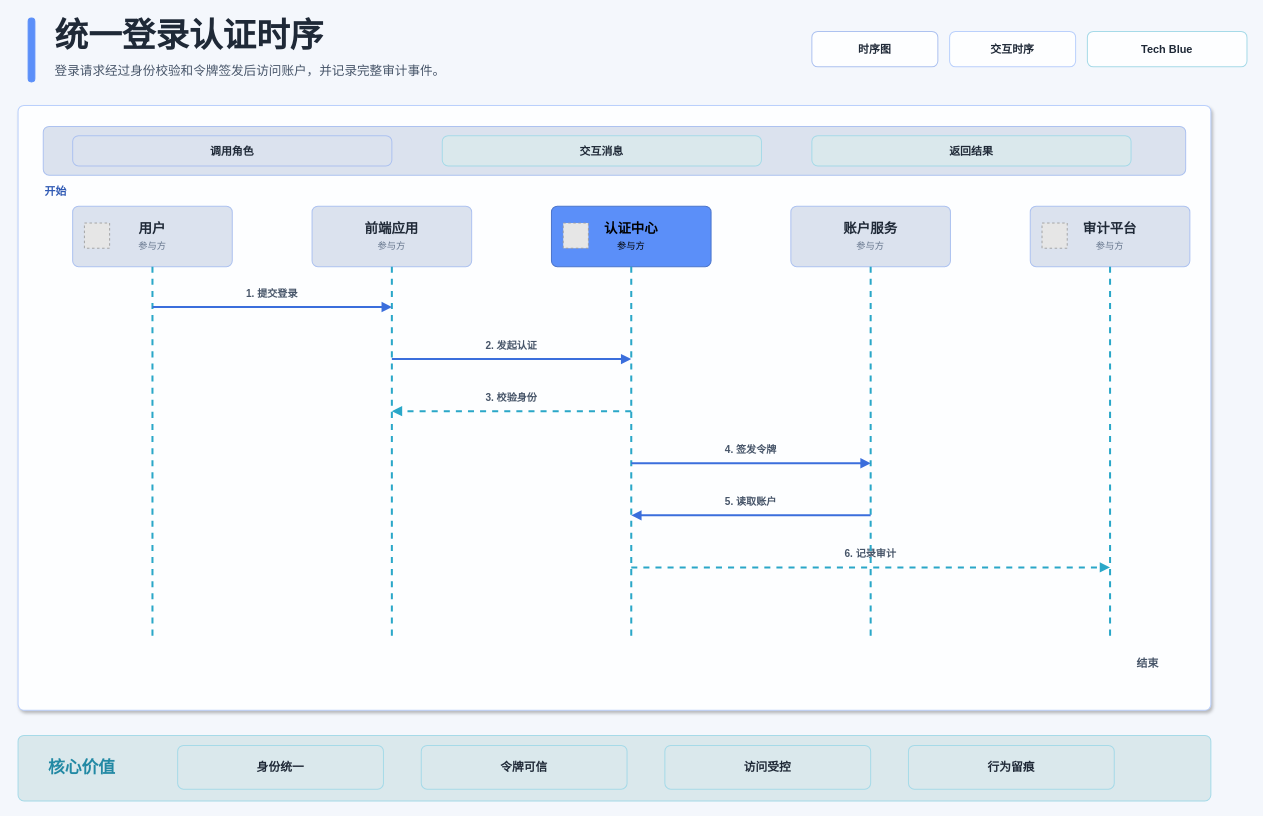
This is docs/xml-diagram/drawio/sequence-tech-blue-light-enterprise.drawio from BeWaterMyFriend7/SKILL-PROJECT, a draw.io file, before an edit. Source tidied: cells renumbered, new cells numbered last; positions are measured from the earlier drawing's top-left corner, leaving out a move shared by most shapes. Both pictures are drawn from the tidied source at 84%, with x=0, y=0 at pixel (18, 14). Pictures stored in the file or linked from it are replaced by grey dashed boxes.
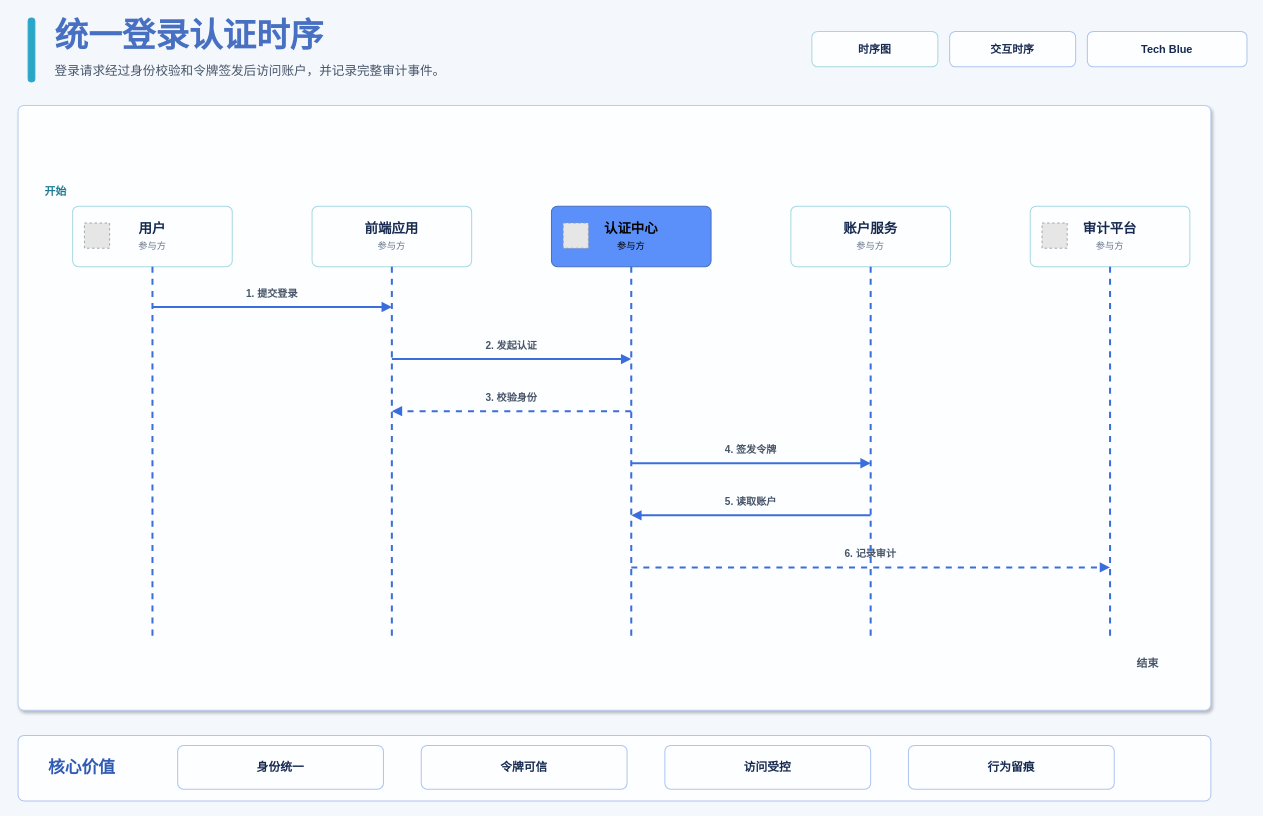
The same page after the edit.

The edit, as a diff of the source:
```diff
@@
-    <mxCell id="2" style="rounded=1;absoluteArcSize=1;arcSize=14;whiteSpace=wrap;html=1;fillColor=#5B8FF9;strokeColor=#5B8FF9;strokeWidth=1.2;fontColor=#000000;fontSize=12;fontFamily=Microsoft YaHei;align=center;verticalAlign=middle;" parent="1" vertex="1">
+    <mxCell id="2" style="rounded=1;absoluteArcSize=1;arcSize=14;whiteSpace=wrap;html=1;fillColor=#2AA7C8;strokeColor=#2AA7C8;strokeWidth=1.2;fontColor=#000000;fontSize=12;fontFamily=Microsoft YaHei;align=center;verticalAlign=middle;" parent="1" vertex="1">
       <mxGeometry x="12" y="4" width="8" height="76" as="geometry" />
     </mxCell>
-    <mxCell id="3" value="统一登录认证时序" style="rounded=1;absoluteArcSize=1;arcSize=14;whiteSpace=wrap;html=1;fillColor=none;strokeColor=none;strokeWidth=1.2;fontColor=#1F2937;fontSize=40;fontFamily=Microsoft YaHei;align=left;verticalAlign=middle;fontStyle=1;" parent="1" vertex="1">
+    <mxCell id="3" value="统一登录认证时序" style="rounded=1;absoluteArcSize=1;arcSize=14;whiteSpace=wrap;html=1;fillColor=none;strokeColor=none;strokeWidth=1.2;fontColor=#476FC2;fontSize=40;fontFamily=Microsoft YaHei;align=left;verticalAlign=middle;fontStyle=1;" parent="1" vertex="1">
       <mxGeometry x="42" width="760" height="48" as="geometry" />
     </mxCell>
@@
-    <mxCell id="5" value="时序图" style="rounded=1;absoluteArcSize=1;arcSize=14;whiteSpace=wrap;html=1;fillColor=#FDFEFF;strokeColor=#ADC2F0;strokeWidth=1.2;fontColor=#1F2937;fontSize=13;fontFamily=Microsoft YaHei;align=center;verticalAlign=middle;fontStyle=1;" parent="1" vertex="1">
+    <mxCell id="5" value="时序图" style="rounded=1;absoluteArcSize=1;arcSize=14;whiteSpace=wrap;html=1;fillColor=#FDFEFF;strokeColor=#A7D8E2;strokeWidth=1.2;fontColor=#162A50;fontSize=13;fontFamily=Microsoft YaHei;align=center;verticalAlign=middle;fontStyle=1;" parent="1" vertex="1">
       <mxGeometry x="945" y="20" width="150" height="42" as="geometry" />
     </mxCell>
-    <mxCell id="6" value="交互时序" style="rounded=1;absoluteArcSize=1;arcSize=14;whiteSpace=wrap;html=1;fillColor=#FDFEFF;strokeColor=#BAD0FC;strokeWidth=1.2;fontColor=#1F2937;fontSize=13;fontFamily=Microsoft YaHei;align=center;verticalAlign=middle;fontStyle=1;" parent="1" vertex="1">
+    <mxCell id="6" value="交互时序" style="rounded=1;absoluteArcSize=1;arcSize=14;whiteSpace=wrap;html=1;fillColor=#FDFEFF;strokeColor=#AFC5EE;strokeWidth=1.2;fontColor=#162A50;fontSize=13;fontFamily=Microsoft YaHei;align=center;verticalAlign=middle;fontStyle=1;" parent="1" vertex="1">
       <mxGeometry x="1109" y="20" width="150" height="42" as="geometry" />
     </mxCell>
-    <mxCell id="7" value="Tech Blue" style="rounded=1;absoluteArcSize=1;arcSize=14;whiteSpace=wrap;html=1;fillColor=#FDFEFF;strokeColor=#A6DAE8;strokeWidth=1.2;fontColor=#1F2937;fontSize=13;fontFamily=Microsoft YaHei;align=center;verticalAlign=middle;fontStyle=1;" parent="1" vertex="1">
+    <mxCell id="7" value="Tech Blue" style="rounded=1;absoluteArcSize=1;arcSize=14;whiteSpace=wrap;html=1;fillColor=#FDFEFF;strokeColor=#AFC5EE;strokeWidth=1.2;fontColor=#162A50;fontSize=13;fontFamily=Microsoft YaHei;align=center;verticalAlign=middle;fontStyle=1;" parent="1" vertex="1">
       <mxGeometry x="1273" y="20" width="190" height="42" as="geometry" />
     </mxCell>
-    <mxCell id="8" style="rounded=1;absoluteArcSize=1;arcSize=14;whiteSpace=wrap;html=1;fillColor=#FDFEFF;strokeColor=#BAD0FC;strokeWidth=1.2;fontColor=#1F2937;fontSize=15;fontFamily=Microsoft YaHei;align=center;verticalAlign=middle;shadow=1;" parent="1" vertex="1">
+    <mxCell id="8" style="rounded=1;absoluteArcSize=1;arcSize=14;whiteSpace=wrap;html=1;fillColor=#FDFEFF;strokeColor=#B9CCF2;strokeWidth=1.2;fontColor=#162A50;fontSize=15;fontFamily=Microsoft YaHei;align=center;verticalAlign=middle;shadow=1;" parent="1" vertex="1">
       <mxGeometry y="108" width="1420" height="720" as="geometry" />
     </mxCell>
-    <mxCell id="9" style="rounded=1;absoluteArcSize=1;arcSize=14;whiteSpace=wrap;html=1;fillColor=#DBE2EE;strokeColor=#ADC2F0;strokeWidth=1.2;fontColor=#1F2937;fontSize=15;fontFamily=Microsoft YaHei;align=center;verticalAlign=middle;" parent="1" vertex="1">
-      <mxGeometry x="30" y="133" width="1360" height="58" as="geometry" />
-    </mxCell>
-    <mxCell id="10" value="&lt;b&gt;调用角色&lt;/b&gt;" style="rounded=1;absoluteArcSize=1;arcSize=14;whiteSpace=wrap;html=1;fillColor=#DBE2EE;strokeColor=#ADC2F0;strokeWidth=1.2;fontColor=#1F2937;fontSize=13;fontFamily=Microsoft YaHei;align=center;verticalAlign=middle;" parent="1" vertex="1">
-      <mxGeometry x="65" y="144" width="380" height="36" as="geometry" />
-    </mxCell>
-    <mxCell id="11" value="&lt;b&gt;交互消息&lt;/b&gt;" style="rounded=1;absoluteArcSize=1;arcSize=14;whiteSpace=wrap;html=1;fillColor=#DAE8EC;strokeColor=#A6DAE8;strokeWidth=1.2;fontColor=#1F2937;fontSize=13;fontFamily=Microsoft YaHei;align=center;verticalAlign=middle;" parent="1" vertex="1">
-      <mxGeometry x="505" y="144" width="380" height="36" as="geometry" />
-    </mxCell>
-    <mxCell id="12" value="&lt;b&gt;返回结果&lt;/b&gt;" style="rounded=1;absoluteArcSize=1;arcSize=14;whiteSpace=wrap;html=1;fillColor=#DAE8EC;strokeColor=#A6DAE8;strokeWidth=1.2;fontColor=#1F2937;fontSize=13;fontFamily=Microsoft YaHei;align=center;verticalAlign=middle;" parent="1" vertex="1">
-      <mxGeometry x="945" y="144" width="380" height="36" as="geometry" />
-    </mxCell>
-    <mxCell id="13" style="rounded=1;absoluteArcSize=1;arcSize=14;whiteSpace=wrap;html=1;fillColor=#DAE8EC;strokeColor=#A6DAE8;strokeWidth=1.2;fontColor=#1F2937;fontSize=15;fontFamily=Microsoft YaHei;align=center;verticalAlign=middle;" parent="1" vertex="1">
+    <mxCell id="13" style="rounded=1;absoluteArcSize=1;arcSize=14;whiteSpace=wrap;html=1;fillColor=#FDFEFF;strokeColor=#AFC5EE;strokeWidth=1.2;fontColor=#162A50;fontSize=15;fontFamily=Microsoft YaHei;align=center;verticalAlign=middle;" parent="1" vertex="1">
       <mxGeometry y="858" width="1420" height="78" as="geometry" />
     </mxCell>
-    <mxCell id="14" value="&lt;b&gt;身份统一&lt;/b&gt;" style="rounded=1;absoluteArcSize=1;arcSize=14;whiteSpace=wrap;html=1;fillColor=#DAE8EC;strokeColor=#A6DAE8;strokeWidth=1.2;fontColor=#1F2937;fontSize=14;fontFamily=Microsoft YaHei;align=center;verticalAlign=middle;" parent="1" vertex="1">
+    <mxCell id="14" value="&lt;b&gt;身份统一&lt;/b&gt;" style="rounded=1;absoluteArcSize=1;arcSize=14;whiteSpace=wrap;html=1;fillColor=#FDFEFF;strokeColor=#AFC5EE;strokeWidth=1.2;fontColor=#162A50;fontSize=14;fontFamily=Microsoft YaHei;align=center;verticalAlign=middle;" parent="1" vertex="1">
       <mxGeometry x="190" y="870" width="245" height="52" as="geometry" />
     </mxCell>
-    <mxCell id="15" value="&lt;b&gt;令牌可信&lt;/b&gt;" style="rounded=1;absoluteArcSize=1;arcSize=14;whiteSpace=wrap;html=1;fillColor=#DAE8EC;strokeColor=#A6DAE8;strokeWidth=1.2;fontColor=#1F2937;fontSize=14;fontFamily=Microsoft YaHei;align=center;verticalAlign=middle;" parent="1" vertex="1">
+    <mxCell id="15" value="&lt;b&gt;令牌可信&lt;/b&gt;" style="rounded=1;absoluteArcSize=1;arcSize=14;whiteSpace=wrap;html=1;fillColor=#FDFEFF;strokeColor=#AFC5EE;strokeWidth=1.2;fontColor=#162A50;fontSize=14;fontFamily=Microsoft YaHei;align=center;verticalAlign=middle;" parent="1" vertex="1">
       <mxGeometry x="480" y="870" width="245" height="52" as="geometry" />
     </mxCell>
-    <mxCell id="16" value="&lt;b&gt;访问受控&lt;/b&gt;" style="rounded=1;absoluteArcSize=1;arcSize=14;whiteSpace=wrap;html=1;fillColor=#DAE8EC;strokeColor=#A6DAE8;strokeWidth=1.2;fontColor=#1F2937;fontSize=14;fontFamily=Microsoft YaHei;align=center;verticalAlign=middle;" parent="1" vertex="1">
+    <mxCell id="16" value="&lt;b&gt;访问受控&lt;/b&gt;" style="rounded=1;absoluteArcSize=1;arcSize=14;whiteSpace=wrap;html=1;fillColor=#FDFEFF;strokeColor=#AFC5EE;strokeWidth=1.2;fontColor=#162A50;fontSize=14;fontFamily=Microsoft YaHei;align=center;verticalAlign=middle;" parent="1" vertex="1">
       <mxGeometry x="770" y="870" width="245" height="52" as="geometry" />
     </mxCell>
-    <mxCell id="17" value="&lt;b&gt;行为留痕&lt;/b&gt;" style="rounded=1;absoluteArcSize=1;arcSize=14;whiteSpace=wrap;html=1;fillColor=#DAE8EC;strokeColor=#A6DAE8;strokeWidth=1.2;fontColor=#1F2937;fontSize=14;fontFamily=Microsoft YaHei;align=center;verticalAlign=middle;" parent="1" vertex="1">
+    <mxCell id="17" value="&lt;b&gt;行为留痕&lt;/b&gt;" style="rounded=1;absoluteArcSize=1;arcSize=14;whiteSpace=wrap;html=1;fillColor=#FDFEFF;strokeColor=#AFC5EE;strokeWidth=1.2;fontColor=#162A50;fontSize=14;fontFamily=Microsoft YaHei;align=center;verticalAlign=middle;" parent="1" vertex="1">
       <mxGeometry x="1060" y="870" width="245" height="52" as="geometry" />
     </mxCell>
-    <mxCell id="18" value="&lt;b&gt;用户&lt;/b&gt;&lt;br&gt;&lt;font style='font-size:11px;color:#64748B'&gt;参与方&lt;/font&gt;" style="rounded=1;absoluteArcSize=1;arcSize=14;whiteSpace=wrap;html=1;fillColor=#DBE2EE;strokeColor=#ADC2F0;strokeWidth=1.2;fontColor=#1F2937;fontSize=16;fontFamily=Microsoft YaHei;align=center;verticalAlign=middle;" parent="1" vertex="1">
+    <mxCell id="18" value="&lt;b&gt;用户&lt;/b&gt;&lt;br&gt;&lt;font style='font-size:11px;color:#64748B'&gt;参与方&lt;/font&gt;" style="rounded=1;absoluteArcSize=1;arcSize=14;whiteSpace=wrap;html=1;fillColor=#FDFEFF;strokeColor=#A7D8E2;strokeWidth=1.2;fontColor=#162A50;fontSize=16;fontFamily=Microsoft YaHei;align=center;verticalAlign=middle;" parent="1" vertex="1">
       <mxGeometry x="65" y="228" width="190" height="72" as="geometry" />
     </mxCell>
-    <mxCell id="19" value="&lt;b&gt;前端应用&lt;/b&gt;&lt;br&gt;&lt;font style='font-size:11px;color:#64748B'&gt;参与方&lt;/font&gt;" style="rounded=1;absoluteArcSize=1;arcSize=14;whiteSpace=wrap;html=1;fillColor=#DBE2EE;strokeColor=#ADC2F0;strokeWidth=1.2;fontColor=#1F2937;fontSize=16;fontFamily=Microsoft YaHei;align=center;verticalAlign=middle;" parent="1" vertex="1">
+    <mxCell id="19" value="&lt;b&gt;前端应用&lt;/b&gt;&lt;br&gt;&lt;font style='font-size:11px;color:#64748B'&gt;参与方&lt;/font&gt;" style="rounded=1;absoluteArcSize=1;arcSize=14;whiteSpace=wrap;html=1;fillColor=#FDFEFF;strokeColor=#A7D8E2;strokeWidth=1.2;fontColor=#162A50;fontSize=16;fontFamily=Microsoft YaHei;align=center;verticalAlign=middle;" parent="1" vertex="1">
       <mxGeometry x="350" y="228" width="190" height="72" as="geometry" />
     </mxCell>
-    <mxCell id="20" value="&lt;b&gt;认证中心&lt;/b&gt;&lt;br&gt;&lt;font style='font-size:11px;color:#000000'&gt;参与方&lt;/font&gt;" style="rounded=1;absoluteArcSize=1;arcSize=14;whiteSpace=wrap;html=1;fillColor=#5B8FF9;strokeColor=#4B75CC;strokeWidth=1.2;fontColor=#000000;fontSize=16;fontFamily=Microsoft YaHei;align=center;verticalAlign=middle;" parent="1" vertex="1">
+    <mxCell id="20" value="&lt;b&gt;认证中心&lt;/b&gt;&lt;br&gt;&lt;font style='font-size:11px;color:#000000'&gt;参与方&lt;/font&gt;" style="rounded=1;absoluteArcSize=1;arcSize=14;whiteSpace=wrap;html=1;fillColor=#5B8FF9;strokeColor=#476FC2;strokeWidth=1.2;fontColor=#000000;fontSize=16;fontFamily=Microsoft YaHei;align=center;verticalAlign=middle;" parent="1" vertex="1">
       <mxGeometry x="635" y="228" width="190" height="72" as="geometry" />
     </mxCell>
-    <mxCell id="21" value="&lt;b&gt;账户服务&lt;/b&gt;&lt;br&gt;&lt;font style='font-size:11px;color:#64748B'&gt;参与方&lt;/font&gt;" style="rounded=1;absoluteArcSize=1;arcSize=14;whiteSpace=wrap;html=1;fillColor=#DBE2EE;strokeColor=#ADC2F0;strokeWidth=1.2;fontColor=#1F2937;fontSize=16;fontFamily=Microsoft YaHei;align=center;verticalAlign=middle;" parent="1" vertex="1">
+    <mxCell id="21" value="&lt;b&gt;账户服务&lt;/b&gt;&lt;br&gt;&lt;font style='font-size:11px;color:#64748B'&gt;参与方&lt;/font&gt;" style="rounded=1;absoluteArcSize=1;arcSize=14;whiteSpace=wrap;html=1;fillColor=#FDFEFF;strokeColor=#A7D8E2;strokeWidth=1.2;fontColor=#162A50;fontSize=16;fontFamily=Microsoft YaHei;align=center;verticalAlign=middle;" parent="1" vertex="1">
       <mxGeometry x="920" y="228" width="190" height="72" as="geometry" />
     </mxCell>
-    <mxCell id="22" value="&lt;b&gt;审计平台&lt;/b&gt;&lt;br&gt;&lt;font style='font-size:11px;color:#64748B'&gt;参与方&lt;/font&gt;" style="rounded=1;absoluteArcSize=1;arcSize=14;whiteSpace=wrap;html=1;fillColor=#DBE2EE;strokeColor=#ADC2F0;strokeWidth=1.2;fontColor=#1F2937;fontSize=16;fontFamily=Microsoft YaHei;align=center;verticalAlign=middle;" parent="1" vertex="1">
+    <mxCell id="22" value="&lt;b&gt;审计平台&lt;/b&gt;&lt;br&gt;&lt;font style='font-size:11px;color:#64748B'&gt;参与方&lt;/font&gt;" style="rounded=1;absoluteArcSize=1;arcSize=14;whiteSpace=wrap;html=1;fillColor=#FDFEFF;strokeColor=#A7D8E2;strokeWidth=1.2;fontColor=#162A50;fontSize=16;fontFamily=Microsoft YaHei;align=center;verticalAlign=middle;" parent="1" vertex="1">
       <mxGeometry x="1205" y="228" width="190" height="72" as="geometry" />
     </mxCell>
-    <mxCell id="23" value="核心价值" style="rounded=1;absoluteArcSize=1;arcSize=14;whiteSpace=wrap;html=1;fillColor=none;strokeColor=none;strokeWidth=1.2;fontColor=#2289A4;fontSize=20;fontFamily=Microsoft YaHei;align=left;verticalAlign=middle;fontStyle=1;" parent="1" vertex="1">
+    <mxCell id="23" value="核心价值" style="rounded=1;absoluteArcSize=1;arcSize=14;whiteSpace=wrap;html=1;fillColor=none;strokeColor=none;strokeWidth=1.2;fontColor=#305AB4;fontSize=20;fontFamily=Microsoft YaHei;align=left;verticalAlign=middle;fontStyle=1;" parent="1" vertex="1">
       <mxGeometry x="34" y="874" width="130" height="42" as="geometry" />
     </mxCell>
-    <mxCell id="24" value="开始" style="rounded=1;absoluteArcSize=1;arcSize=14;whiteSpace=wrap;html=1;fillColor=none;strokeColor=none;strokeWidth=1.2;fontColor=#305AB4;fontSize=13;fontFamily=Microsoft YaHei;align=left;verticalAlign=middle;fontStyle=1;" parent="1" vertex="1">
+    <mxCell id="24" value="开始" style="rounded=1;absoluteArcSize=1;arcSize=14;whiteSpace=wrap;html=1;fillColor=none;strokeColor=none;strokeWidth=1.2;fontColor=#1F7B94;fontSize=13;fontFamily=Microsoft YaHei;align=left;verticalAlign=middle;fontStyle=1;" parent="1" vertex="1">
       <mxGeometry x="30" y="196" width="130" height="28" as="geometry" />
     </mxCell>
@@
-    <mxCell id="35" style="edgeStyle=none;orthogonalLoop=1;jettySize=auto;html=1;strokeColor=#2AA7C8;strokeWidth=2.4;dashed=1;endArrow=none;endFill=0;" parent="1" edge="1">
+    <mxCell id="35" style="edgeStyle=none;orthogonalLoop=1;jettySize=auto;html=1;strokeColor=#3B6EDC;strokeWidth=2.4;dashed=1;endArrow=none;endFill=0;" parent="1" edge="1">
       <mxGeometry relative="1" as="geometry">
         <mxPoint x="160" y="300" as="sourcePoint" />
         <mxPoint x="160" y="743" as="targetPoint" />
       </mxGeometry>
     </mxCell>
-    <mxCell id="36" style="edgeStyle=none;orthogonalLoop=1;jettySize=auto;html=1;strokeColor=#2AA7C8;strokeWidth=2.4;dashed=1;endArrow=none;endFill=0;" parent="1" edge="1">
+    <mxCell id="36" style="edgeStyle=none;orthogonalLoop=1;jettySize=auto;html=1;strokeColor=#3B6EDC;strokeWidth=2.4;dashed=1;endArrow=none;endFill=0;" parent="1" edge="1">
       <mxGeometry relative="1" as="geometry">
         <mxPoint x="445" y="300" as="sourcePoint" />
         <mxPoint x="445" y="743" as="targetPoint" />
       </mxGeometry>
     </mxCell>
-    <mxCell id="37" style="edgeStyle=none;orthogonalLoop=1;jettySize=auto;html=1;strokeColor=#2AA7C8;strokeWidth=2.4;dashed=1;endArrow=none;endFill=0;" parent="1" edge="1">
+    <mxCell id="37" style="edgeStyle=none;orthogonalLoop=1;jettySize=auto;html=1;strokeColor=#3B6EDC;strokeWidth=2.4;dashed=1;endArrow=none;endFill=0;" parent="1" edge="1">
       <mxGeometry relative="1" as="geometry">
         <mxPoint x="730" y="300" as="sourcePoint" />
         <mxPoint x="730" y="743" as="targetPoint" />
       </mxGeometry>
     </mxCell>
-    <mxCell id="38" style="edgeStyle=none;orthogonalLoop=1;jettySize=auto;html=1;strokeColor=#2AA7C8;strokeWidth=2.4;dashed=1;endArrow=none;endFill=0;" parent="1" edge="1">
+    <mxCell id="38" style="edgeStyle=none;orthogonalLoop=1;jettySize=auto;html=1;strokeColor=#3B6EDC;strokeWidth=2.4;dashed=1;endArrow=none;endFill=0;" parent="1" edge="1">
       <mxGeometry relative="1" as="geometry">
         <mxPoint x="1015" y="300" as="sourcePoint" />
         <mxPoint x="1015" y="743" as="targetPoint" />
       </mxGeometry>
     </mxCell>
-    <mxCell id="39" style="edgeStyle=none;orthogonalLoop=1;jettySize=auto;html=1;strokeColor=#2AA7C8;strokeWidth=2.4;dashed=1;endArrow=none;endFill=0;" parent="1" edge="1">
+    <mxCell id="39" style="edgeStyle=none;orthogonalLoop=1;jettySize=auto;html=1;strokeColor=#3B6EDC;strokeWidth=2.4;dashed=1;endArrow=none;endFill=0;" parent="1" edge="1">
       <mxGeometry relative="1" as="geometry">
         <mxPoint x="1300" y="300" as="sourcePoint" />
         <mxPoint x="1300" y="743" as="targetPoint" />
       </mxGeometry>
     </mxCell>
@@
-    <mxCell id="42" style="edgeStyle=none;orthogonalLoop=1;jettySize=auto;html=1;strokeColor=#2AA7C8;strokeWidth=2.4;dashed=1;endArrow=block;endFill=1;" parent="1" edge="1">
+    <mxCell id="42" style="edgeStyle=none;orthogonalLoop=1;jettySize=auto;html=1;strokeColor=#3B6EDC;strokeWidth=2.4;dashed=1;endArrow=block;endFill=1;" parent="1" edge="1">
       <mxGeometry relative="1" as="geometry">
         <mxPoint x="730" y="472" as="sourcePoint" />
         <mxPoint x="445" y="472" as="targetPoint" />
       </mxGeometry>
     </mxCell>
@@
-    <mxCell id="45" style="edgeStyle=none;orthogonalLoop=1;jettySize=auto;html=1;strokeColor=#2AA7C8;strokeWidth=2.4;dashed=1;endArrow=block;endFill=1;" parent="1" edge="1">
+    <mxCell id="45" style="edgeStyle=none;orthogonalLoop=1;jettySize=auto;html=1;strokeColor=#3B6EDC;strokeWidth=2.4;dashed=1;endArrow=block;endFill=1;" parent="1" edge="1">
       <mxGeometry relative="1" as="geometry">
         <mxPoint x="730" y="658" as="sourcePoint" />
         <mxPoint x="1300" y="658" as="targetPoint" />
       </mxGeometry>
     </mxCell>
```
